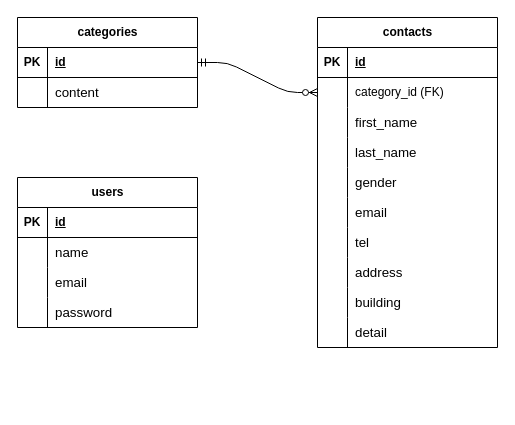
Above: er.drawio in hana-ka/coachtech-contact-form (draw.io), before the change. Source tidied: cells renumbered, new cells numbered last; positions are measured from the earlier drawing's top-left corner, leaving out a move shared by most shapes. Both pictures are drawn from the tidied source at 100%, with x=0, y=0 at pixel (17, 17).
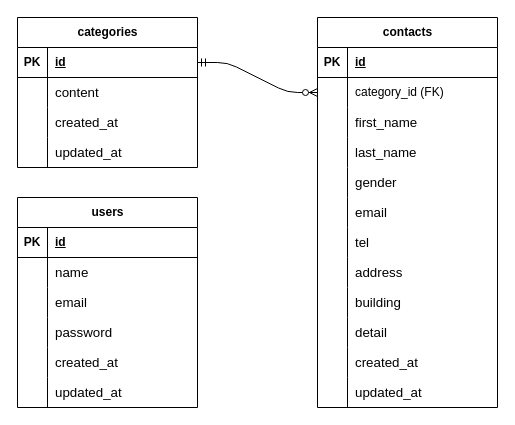
After the change.

What changed in the source:
```diff
@@
     <mxCell id="2" value="contacts" style="shape=table;startSize=30;childLayout=tableLayout;rowLines=0;fontStyle=1;align=center;html=1;" parent="1" vertex="1">
-      <mxGeometry x="300" width="180" height="330" as="geometry" />
+      <mxGeometry x="300" width="180" height="390" as="geometry" />
     </mxCell>
@@
+    <mxCell id="54" style="shape=tableRow;horizontal=0;startSize=0;swimlaneHead=0;swimlaneBody=0;fillColor=none;top=0;left=0;right=0;bottom=0;" parent="2" vertex="1">
+      <mxGeometry y="330" width="180" height="30" as="geometry" />
+    </mxCell>
+    <mxCell id="55" style="shape=partialRectangle;fillColor=none;top=0;left=0;bottom=0;right=0;overflow=hidden;whiteSpace=wrap;html=1;" parent="54" vertex="1">
+      <mxGeometry width="30" height="30" as="geometry" />
+    </mxCell>
+    <mxCell id="56" value="&lt;span style=&quot;font-size:10pt;font-family:Arial;font-style:normal;&quot;&gt;created_at&lt;/span&gt;" style="shape=partialRectangle;fillColor=none;top=0;left=0;bottom=0;right=0;align=left;spacingLeft=6;overflow=hidden;whiteSpace=wrap;html=1;" parent="54" vertex="1">
+      <mxGeometry x="30" width="150" height="30" as="geometry" />
+    </mxCell>
+    <mxCell id="57" style="shape=tableRow;horizontal=0;startSize=0;swimlaneHead=0;swimlaneBody=0;fillColor=none;top=0;left=0;right=0;bottom=0;" parent="2" vertex="1">
+      <mxGeometry y="360" width="180" height="30" as="geometry" />
+    </mxCell>
+    <mxCell id="58" style="shape=partialRectangle;fillColor=none;top=0;left=0;bottom=0;right=0;overflow=hidden;whiteSpace=wrap;html=1;" parent="57" vertex="1">
+      <mxGeometry width="30" height="30" as="geometry" />
+    </mxCell>
+    <mxCell id="59" value="&lt;span style=&quot;font-size:10pt;font-family:Arial;font-style:normal;&quot;&gt;updated_at&lt;/span&gt;" style="shape=partialRectangle;fillColor=none;top=0;left=0;bottom=0;right=0;align=left;spacingLeft=6;overflow=hidden;whiteSpace=wrap;html=1;" parent="57" vertex="1">
+      <mxGeometry x="30" width="150" height="30" as="geometry" />
+    </mxCell>
     <mxCell id="33" value="categories" style="shape=table;startSize=30;childLayout=tableLayout;rowLines=0;fontStyle=1;align=center;html=1;" parent="1" vertex="1">
-      <mxGeometry width="180" height="90" as="geometry" />
+      <mxGeometry width="180" height="150" as="geometry" />
     </mxCell>
@@
+    <mxCell id="60" style="shape=tableRow;horizontal=0;startSize=0;swimlaneHead=0;swimlaneBody=0;fillColor=none;top=0;left=0;right=0;bottom=0;" parent="33" vertex="1">
+      <mxGeometry y="90" width="180" height="30" as="geometry" />
+    </mxCell>
+    <mxCell id="61" style="shape=partialRectangle;fillColor=none;top=0;left=0;bottom=0;right=0;overflow=hidden;whiteSpace=wrap;html=1;" parent="60" vertex="1">
+      <mxGeometry width="30" height="30" as="geometry" />
+    </mxCell>
+    <mxCell id="62" value="&lt;span style=&quot;font-size:10pt;font-family:Arial;font-style:normal;&quot;&gt;created_at&lt;/span&gt;" style="shape=partialRectangle;fillColor=none;top=0;left=0;bottom=0;right=0;align=left;spacingLeft=6;overflow=hidden;whiteSpace=wrap;html=1;" parent="60" vertex="1">
+      <mxGeometry x="30" width="150" height="30" as="geometry" />
+    </mxCell>
+    <mxCell id="63" style="shape=tableRow;horizontal=0;startSize=0;swimlaneHead=0;swimlaneBody=0;fillColor=none;top=0;left=0;right=0;bottom=0;" parent="33" vertex="1">
+      <mxGeometry y="120" width="180" height="30" as="geometry" />
+    </mxCell>
+    <mxCell id="64" style="shape=partialRectangle;fillColor=none;top=0;left=0;bottom=0;right=0;overflow=hidden;whiteSpace=wrap;html=1;" parent="63" vertex="1">
+      <mxGeometry width="30" height="30" as="geometry" />
+    </mxCell>
+    <mxCell id="65" value="&lt;span style=&quot;font-size:10pt;font-family:Arial;font-style:normal;&quot;&gt;updated_at&lt;/span&gt;" style="shape=partialRectangle;fillColor=none;top=0;left=0;bottom=0;right=0;align=left;spacingLeft=6;overflow=hidden;whiteSpace=wrap;html=1;" parent="63" vertex="1">
+      <mxGeometry x="30" width="150" height="30" as="geometry" />
+    </mxCell>
     <mxCell id="40" value="users" style="shape=table;startSize=30;childLayout=tableLayout;rowLines=0;fontStyle=1;align=center;html=1;" parent="1" vertex="1">
-      <mxGeometry y="160" width="180" height="150" as="geometry" />
+      <mxGeometry y="180" width="180" height="210" as="geometry" />
     </mxCell>
@@
+    <mxCell id="66" style="shape=tableRow;horizontal=0;startSize=0;swimlaneHead=0;swimlaneBody=0;fillColor=none;top=0;left=0;right=0;bottom=0;" parent="40" vertex="1">
+      <mxGeometry y="150" width="180" height="30" as="geometry" />
+    </mxCell>
+    <mxCell id="67" style="shape=partialRectangle;fillColor=none;top=0;left=0;bottom=0;right=0;overflow=hidden;whiteSpace=wrap;html=1;" parent="66" vertex="1">
+      <mxGeometry width="30" height="30" as="geometry" />
+    </mxCell>
+    <mxCell id="68" value="&lt;span style=&quot;font-size:10pt;font-family:Arial;font-style:normal;&quot;&gt;created_at&lt;/span&gt;" style="shape=partialRectangle;fillColor=none;top=0;left=0;bottom=0;right=0;align=left;spacingLeft=6;overflow=hidden;whiteSpace=wrap;html=1;" parent="66" vertex="1">
+      <mxGeometry x="30" width="150" height="30" as="geometry" />
+    </mxCell>
+    <mxCell id="69" style="shape=tableRow;horizontal=0;startSize=0;swimlaneHead=0;swimlaneBody=0;fillColor=none;top=0;left=0;right=0;bottom=0;" parent="40" vertex="1">
+      <mxGeometry y="180" width="180" height="30" as="geometry" />
+    </mxCell>
+    <mxCell id="70" style="shape=partialRectangle;fillColor=none;top=0;left=0;bottom=0;right=0;overflow=hidden;whiteSpace=wrap;html=1;" parent="69" vertex="1">
+      <mxGeometry width="30" height="30" as="geometry" />
+    </mxCell>
+    <mxCell id="71" value="&lt;span style=&quot;font-size:10pt;font-family:Arial;font-style:normal;&quot;&gt;updated_at&lt;/span&gt;" style="shape=partialRectangle;fillColor=none;top=0;left=0;bottom=0;right=0;align=left;spacingLeft=6;overflow=hidden;whiteSpace=wrap;html=1;" parent="69" vertex="1">
+      <mxGeometry x="30" width="150" height="30" as="geometry" />
+    </mxCell>
```
